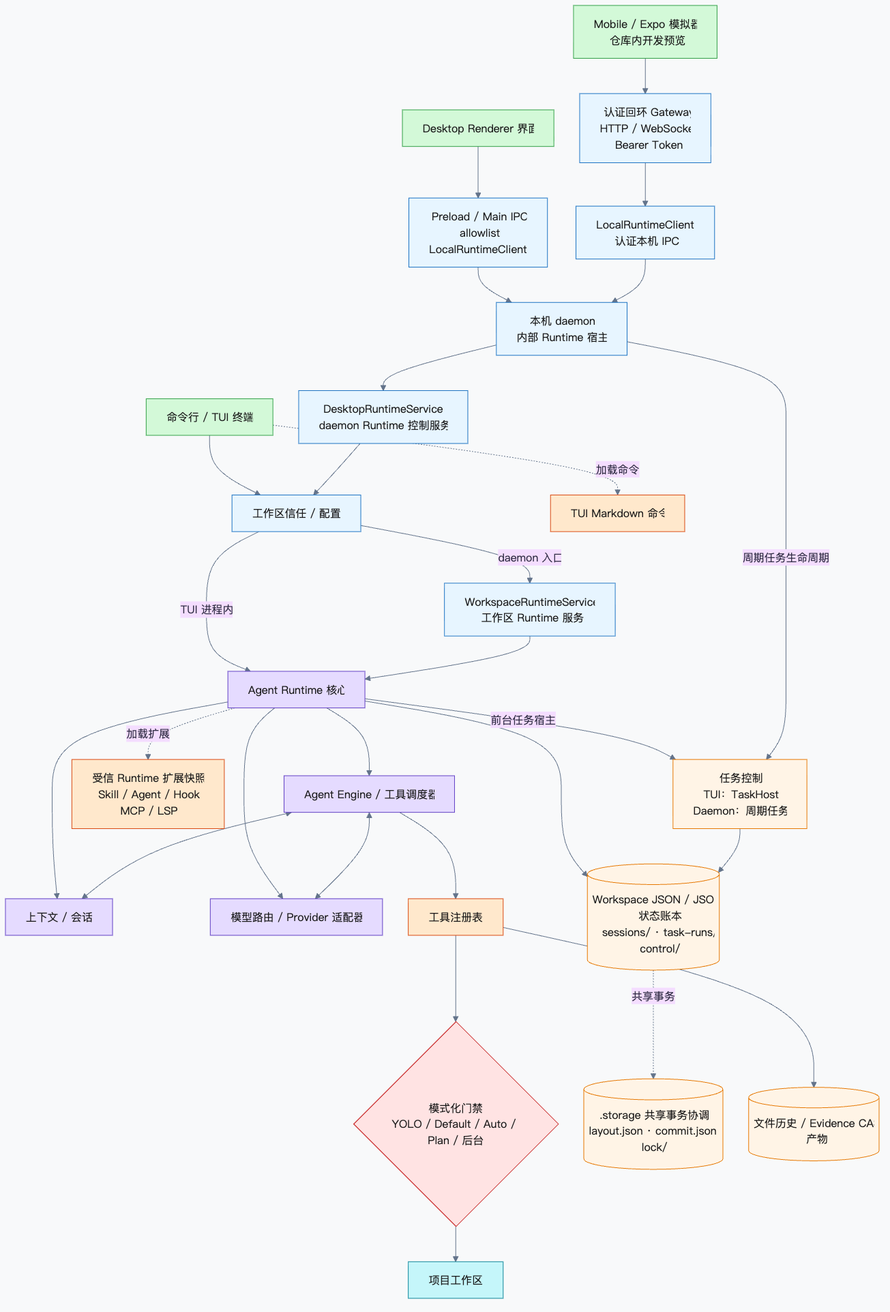
The Mermaid diagram docs/readme-assets/pico-harness-architecture.png in 99Gaoxiaoqi/pico-harness, before a commit. Its source is kept beside it as docs/readme-assets/pico-harness-architecture.mmd.
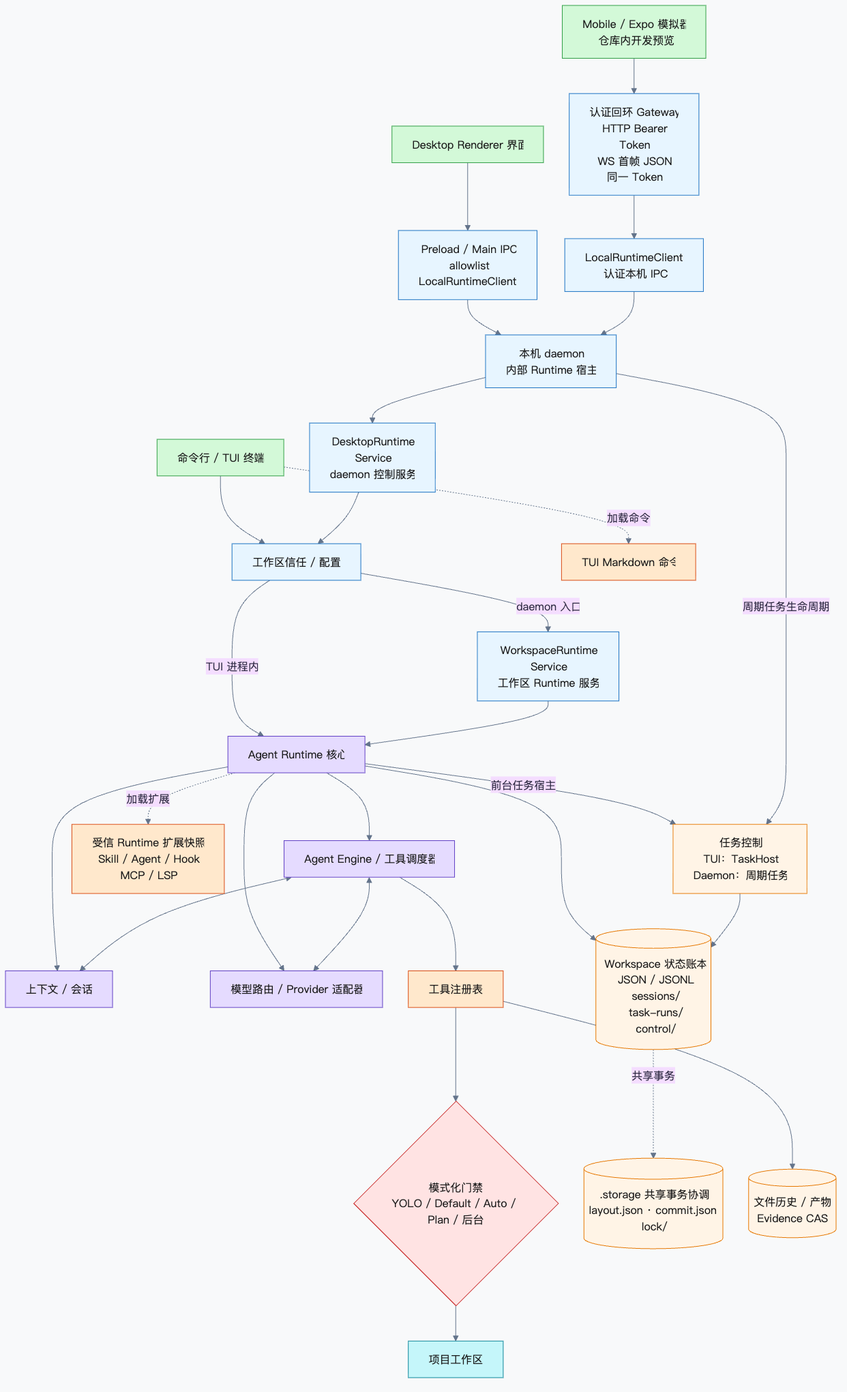
Above is the later version.

Commit message:
docs(architecture): 校准移动端鉴权与架构图

What changed in the source:
```diff
@@ -5,12 +5,12 @@
   MOBILE["Mobile / Expo 模拟器<br/>仓库内开发预览"]
 
   BRIDGE["Preload / Main IPC<br/>allowlist<br/>LocalRuntimeClient&nbsp;"]
-  GATEWAY["认证回环 Gateway<br/>HTTP / WebSocket<br/>Bearer Token"]
+  GATEWAY["认证回环 Gateway<br/>HTTP Bearer<br/>Token<br/>WS 首帧 JSON<br/>同一 Token"]
   MOBILE_CLIENT["LocalRuntimeClient&nbsp;<br/>认证本机 IPC"]
   DAEMON["本机 daemon<br/>内部 Runtime 宿主"]
-  DRS["DesktopRuntimeService&nbsp;<br/>daemon Runtime 控制服务"]
+  DRS["DesktopRuntime<br/>Service<br/>daemon 控制服务"]
   TRUST["工作区信任 / 配置"]
-  WRS["WorkspaceRuntimeService&nbsp;<br/>工作区 Runtime 服务"]
+  WRS["WorkspaceRuntime<br/>Service<br/>工作区 Runtime 服务"]
 
   RUNTIME["Agent Runtime 核心"]
   ENGINE["Agent Engine / 工具调度器"]
@@ -23,9 +23,9 @@
   COMMANDS["TUI Markdown 命令"]
   TASKS["任务控制<br/>TUI：TaskHost<br/>Daemon：周期任务"]
   PROJECT["项目工作区"]
-  STATE[("Workspace JSON / JSONL<br/>状态账本<br/>sessions/ · task-runs/<br/>control/")]
+  STATE[("&nbsp;Workspace 状态账本&nbsp;<br/>&nbsp;JSON / JSONL&nbsp;<br/>&nbsp;sessions/&nbsp;<br/>&nbsp;task-runs/&nbsp;<br/>&nbsp;control/&nbsp;")]
   COORD[(".storage 共享事务协调<br/>layout.json · commit.json&nbsp;<br/>lock/")]
-  SIDECAR[("文件历史 / Evidence CAS<br/>产物")]
+  SIDECAR[("文件历史 / 产物<br/>Evidence CAS")]
 
   TUI --> TRUST
   DESKTOP --> BRIDGE --> DAEMON --> DRS --> TRUST
```
